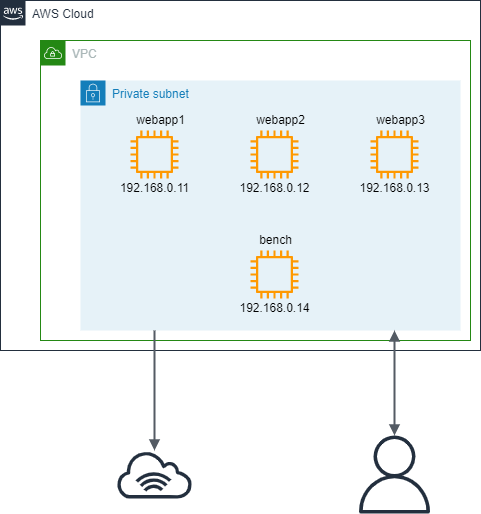
Before: docs/aws.png, a diagram exported from draw.io (hiroyaonoe/isucon11-qualify). Source tidied: cells renumbered, new cells last; positions are measured from the earlier drawing's top-left corner, leaving out a move shared by most shapes.
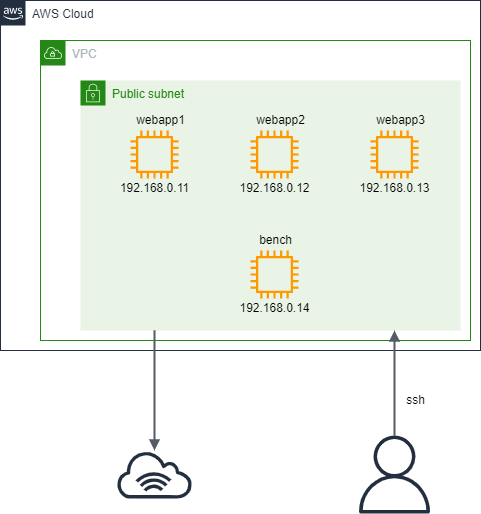
After the change.

Diff of the diagram source:
```diff
@@ -2,15 +2,15 @@
   <root>
     <mxCell id="0" />
     <mxCell id="1" parent="0" />
+    <mxCell id="21" value="Public subnet" style="gradientColor=none;html=1;whiteSpace=wrap;fontSize=12;fontStyle=0;shape=mxgraph.aws4.group;grIcon=mxgraph.aws4.group_security_group;grStroke=0;strokeColor=#248814;fillColor=#E9F3E6;verticalAlign=top;align=left;spacingLeft=30;fontColor=#248814;dashed=0;" parent="1" vertex="1">
+      <mxGeometry x="80" y="80" width="380" height="250" as="geometry" />
+    </mxCell>
     <mxCell id="2" value="AWS Cloud" style="gradientColor=none;html=1;whiteSpace=wrap;fontSize=12;fontStyle=0;shape=mxgraph.aws4.group;grIcon=mxgraph.aws4.group_aws_cloud_alt;strokeColor=#232F3E;fillColor=none;verticalAlign=top;align=left;spacingLeft=30;fontColor=#232F3E;dashed=0;" parent="1" vertex="1">
       <mxGeometry width="480" height="350" as="geometry" />
     </mxCell>
     <mxCell id="3" value="VPC" style="gradientColor=none;html=1;whiteSpace=wrap;fontSize=12;fontStyle=0;shape=mxgraph.aws4.group;grIcon=mxgraph.aws4.group_vpc;strokeColor=#248814;fillColor=none;verticalAlign=top;align=left;spacingLeft=30;fontColor=#AAB7B8;dashed=0;" parent="1" vertex="1">
       <mxGeometry x="40" y="40" width="430" height="300" as="geometry" />
     </mxCell>
-    <mxCell id="4" value="Private subnet" style="gradientColor=none;html=1;whiteSpace=wrap;fontSize=12;fontStyle=0;shape=mxgraph.aws4.group;grIcon=mxgraph.aws4.group_security_group;grStroke=0;strokeColor=#147EBA;fillColor=#E6F2F8;verticalAlign=top;align=left;spacingLeft=30;fontColor=#147EBA;dashed=0;" parent="1" vertex="1">
-      <mxGeometry x="80" y="80" width="380" height="250" as="geometry" />
-    </mxCell>
     <mxCell id="5" style="sketch=0;fontColor=#232F3E;gradientColor=none;fillColor=#FF9900;strokeColor=none;dashed=0;verticalLabelPosition=bottom;verticalAlign=top;align=center;html=1;fontSize=12;fontStyle=0;shape=mxgraph.aws4.instance2;" parent="1" vertex="1">
       <mxGeometry x="130" y="130" width="48" height="48" as="geometry" />
     </mxCell>
@@ -56,7 +56,7 @@
         <mxPoint x="154" y="450" as="targetPoint" />
       </mxGeometry>
     </mxCell>
-    <mxCell id="19" style="edgeStyle=orthogonalEdgeStyle;html=1;endArrow=block;elbow=vertical;startArrow=block;startFill=1;endFill=1;strokeColor=#545B64;rounded=0;strokeWidth=2;" parent="1" edge="1" target="17">
+    <mxCell id="19" style="edgeStyle=orthogonalEdgeStyle;html=1;endArrow=none;elbow=vertical;startArrow=block;startFill=1;endFill=0;strokeColor=#545B64;rounded=0;strokeWidth=2;" parent="1" edge="1" target="17">
       <mxGeometry relative="1" as="geometry">
         <mxPoint x="394" y="330" as="sourcePoint" />
       </mxGeometry>
@@ -64,5 +64,8 @@
     <mxCell id="20" style="sketch=0;fontColor=#232F3E;gradientColor=none;fillColor=#232F3E;strokeColor=none;dashed=0;verticalLabelPosition=bottom;verticalAlign=top;align=center;html=1;fontSize=12;fontStyle=0;shape=mxgraph.aws4.internet_alt1;" parent="1" vertex="1">
       <mxGeometry x="115" y="450" width="78" height="48" as="geometry" />
     </mxCell>
+    <mxCell id="22" value="ssh" style="text;html=1;align=center;verticalAlign=middle;fillColor=none;strokeColor=none;rounded=0;" parent="1" vertex="1">
+      <mxGeometry x="400" y="390" width="30" height="20" as="geometry" />
+    </mxCell>
   </root>
 </mxGraphModel>
```
